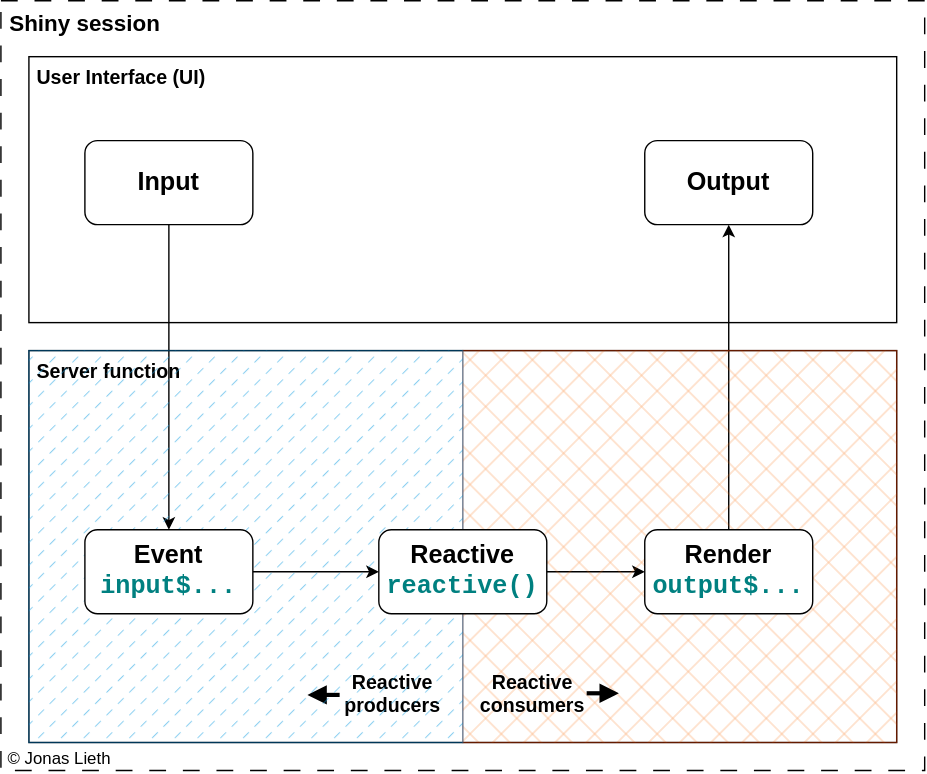
Before: resources/reactivity_workflow_simplified.svg, a diagram exported from draw.io (paulcbauer/shiny_workshop). Source tidied: cells renumbered, new cells last; positions are measured from the earlier drawing's top-left corner, leaving out a move shared by most shapes. Source of this version:
```xml
<mxGraphModel>
  <root>
    <mxCell id="0" />
    <mxCell id="1" parent="0" />
    <mxCell id="2" value="&lt;font style=&quot;font-size: 16px;&quot;&gt;&lt;b&gt;&amp;nbsp;Shiny session&lt;/b&gt;&lt;/font&gt;" style="rounded=0;whiteSpace=wrap;html=1;dashed=1;dashPattern=12 12;verticalAlign=top;align=left;" parent="1" vertex="1">
      <mxGeometry width="660" height="550" as="geometry" />
    </mxCell>
    <mxCell id="3" value="&lt;font style=&quot;font-size: 14px;&quot;&gt;&lt;b&gt;&amp;nbsp;User Interface (UI)&lt;/b&gt;&lt;/font&gt;" style="rounded=0;whiteSpace=wrap;html=1;verticalAlign=top;align=left;" parent="1" vertex="1">
      <mxGeometry x="20" y="40" width="620" height="190" as="geometry" />
    </mxCell>
    <mxCell id="4" value="&lt;font style=&quot;font-size: 14px;&quot;&gt;&lt;b&gt;&amp;nbsp;Server function&lt;/b&gt;&lt;/font&gt;" style="rounded=0;whiteSpace=wrap;html=1;verticalAlign=top;align=left;" parent="1" vertex="1">
      <mxGeometry x="20" y="250" width="620" height="280" as="geometry" />
    </mxCell>
    <mxCell id="5" style="edgeStyle=orthogonalEdgeStyle;rounded=0;jettySize=auto;html=1;exitX=0.5;exitY=1;exitDx=0;exitDy=0;entryX=0.5;entryY=0;entryDx=0;entryDy=0;" parent="1" edge="1" source="6" target="18">
      <mxGeometry relative="1" as="geometry" />
    </mxCell>
    <mxCell id="6" value="&lt;span style=&quot;font-size: 18px;&quot;&gt;&lt;font style=&quot;font-size: 18px;&quot;&gt;Input&lt;/font&gt;&lt;/span&gt;" style="rounded=1;whiteSpace=wrap;html=1;fontSize=18;fontStyle=1;" parent="1" vertex="1">
      <mxGeometry x="60" y="100" width="120" height="60" as="geometry" />
    </mxCell>
    <mxCell id="7" value="&lt;font style=&quot;font-size: 18px;&quot;&gt;Output&lt;/font&gt;" style="rounded=1;whiteSpace=wrap;html=1;fontSize=18;fontStyle=1;" parent="1" vertex="1">
      <mxGeometry x="460" y="100" width="120" height="60" as="geometry" />
    </mxCell>
    <mxCell id="8" style="edgeStyle=orthogonalEdgeStyle;rounded=0;jettySize=auto;html=1;exitX=0.5;exitY=0;exitDx=0;exitDy=0;entryX=0.5;entryY=1;entryDx=0;entryDy=0;" parent="1" edge="1" source="20" target="7">
      <mxGeometry relative="1" as="geometry" />
    </mxCell>
    <mxCell id="9" style="edgeStyle=orthogonalEdgeStyle;rounded=0;jettySize=auto;html=1;exitX=1;exitY=0.5;exitDx=0;exitDy=0;entryX=0;entryY=0.5;entryDx=0;entryDy=0;" parent="1" edge="1" source="19" target="20">
      <mxGeometry relative="1" as="geometry" />
    </mxCell>
    <mxCell id="10" style="edgeStyle=orthogonalEdgeStyle;rounded=0;jettySize=auto;html=1;exitX=1;exitY=0.5;exitDx=0;exitDy=0;entryX=0;entryY=0.5;entryDx=0;entryDy=0;" parent="1" edge="1" source="18" target="19">
      <mxGeometry relative="1" as="geometry" />
    </mxCell>
    <mxCell id="11" value="© Jonas Lieth" style="text;html=1;strokeColor=none;fillColor=none;align=center;verticalAlign=bottom;whiteSpace=wrap;rounded=0;" parent="1" vertex="1">
      <mxGeometry x="2" y="521" width="80" height="30" as="geometry" />
    </mxCell>
    <mxCell id="12" style="rounded=0;whiteSpace=wrap;html=1;fillStyle=cross-hatch;fillColor=#fa6800;strokeColor=#C73500;fontColor=#000000;opacity=50;rotation=-180;" parent="1" vertex="1">
      <mxGeometry x="330" y="250" width="310" height="280" as="geometry" />
    </mxCell>
    <mxCell id="13" value="Reactive producers" style="text;html=1;align=center;verticalAlign=middle;whiteSpace=wrap;rounded=0;fontSize=14;fontStyle=1;" parent="1" vertex="1">
      <mxGeometry x="230" y="470" width="100" height="50" as="geometry" />
    </mxCell>
    <mxCell id="14" value="Reactive consumers" style="text;html=1;align=center;verticalAlign=middle;whiteSpace=wrap;rounded=0;fontSize=14;fontStyle=1;" parent="1" vertex="1">
      <mxGeometry x="330" y="470" width="100" height="50" as="geometry" />
    </mxCell>
    <mxCell id="15" style="endArrow=block;html=1;rounded=0;endFill=1;strokeWidth=3;" parent="1" edge="1">
      <mxGeometry relative="1" as="geometry">
        <mxPoint x="242" y="496" as="sourcePoint" />
        <mxPoint x="219" y="496" as="targetPoint" />
      </mxGeometry>
    </mxCell>
    <mxCell id="16" style="endArrow=block;html=1;rounded=0;endFill=1;strokeWidth=3;" parent="1" edge="1">
      <mxGeometry relative="1" as="geometry">
        <mxPoint x="418.5" y="494.8" as="sourcePoint" />
        <mxPoint x="441.5" y="494.8" as="targetPoint" />
      </mxGeometry>
    </mxCell>
    <mxCell id="17" style="rounded=0;whiteSpace=wrap;html=1;fillStyle=dashed;fillColor=#1ba1e2;strokeColor=#006EAF;fontColor=#ffffff;gradientColor=none;opacity=50;fontStyle=1;" parent="1" vertex="1">
      <mxGeometry x="20" y="250" width="310" height="280" as="geometry" />
    </mxCell>
    <mxCell id="18" value="&lt;font style=&quot;font-size: 18px;&quot;&gt;&lt;span style=&quot;font-size: 18px;&quot;&gt;Event&lt;br&gt;&lt;font face=&quot;Courier New&quot; color=&quot;#008080&quot;&gt;input$...&lt;br&gt;&lt;/font&gt;&lt;/span&gt;&lt;/font&gt;" style="rounded=1;whiteSpace=wrap;html=1;fontSize=18;fontStyle=1;" parent="1" vertex="1">
      <mxGeometry x="60" y="378" width="120" height="60" as="geometry" />
    </mxCell>
    <mxCell id="19" value="Reactive&lt;br&gt;&lt;font face=&quot;Courier New&quot; color=&quot;#008080&quot;&gt;reactive()&lt;br&gt;&lt;/font&gt;" style="rounded=1;whiteSpace=wrap;html=1;fontSize=18;fontStyle=1;" parent="1" vertex="1">
      <mxGeometry x="270" y="378" width="120" height="60" as="geometry" />
    </mxCell>
    <mxCell id="20" value="Render&lt;br&gt;&lt;font face=&quot;Courier New&quot; color=&quot;#008080&quot;&gt;output$...&lt;br&gt;&lt;/font&gt;" style="rounded=1;whiteSpace=wrap;html=1;fontSize=18;fontStyle=1;" parent="1" vertex="1">
      <mxGeometry x="460" y="378" width="120" height="60" as="geometry" />
    </mxCell>
  </root>
</mxGraphModel>
```
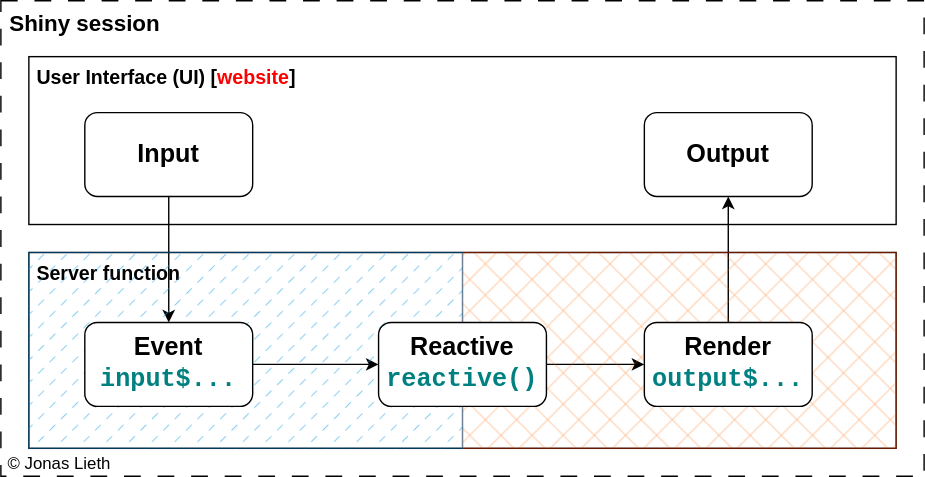
The same diagram one commit later.

What changed in the source:
```diff
@@ -3,13 +3,13 @@
     <mxCell id="0" />
     <mxCell id="1" parent="0" />
     <mxCell id="2" value="&lt;font style=&quot;font-size: 16px;&quot;&gt;&lt;b&gt;&amp;nbsp;Shiny session&lt;/b&gt;&lt;/font&gt;" style="rounded=0;whiteSpace=wrap;html=1;dashed=1;dashPattern=12 12;verticalAlign=top;align=left;" parent="1" vertex="1">
-      <mxGeometry width="660" height="550" as="geometry" />
+      <mxGeometry y="20" width="660" height="340" as="geometry" />
     </mxCell>
-    <mxCell id="3" value="&lt;font style=&quot;font-size: 14px;&quot;&gt;&lt;b&gt;&amp;nbsp;User Interface (UI)&lt;/b&gt;&lt;/font&gt;" style="rounded=0;whiteSpace=wrap;html=1;verticalAlign=top;align=left;" parent="1" vertex="1">
-      <mxGeometry x="20" y="40" width="620" height="190" as="geometry" />
+    <mxCell id="3" value="&lt;font style=&quot;font-size: 14px;&quot;&gt;&lt;b&gt;&amp;nbsp;User Interface (UI) [&lt;font color=&quot;#ff0000&quot;&gt;website&lt;/font&gt;]&lt;/b&gt;&lt;/font&gt;" style="rounded=0;whiteSpace=wrap;html=1;verticalAlign=top;align=left;" parent="1" vertex="1">
+      <mxGeometry x="20" y="60" width="620" height="120" as="geometry" />
     </mxCell>
     <mxCell id="4" value="&lt;font style=&quot;font-size: 14px;&quot;&gt;&lt;b&gt;&amp;nbsp;Server function&lt;/b&gt;&lt;/font&gt;" style="rounded=0;whiteSpace=wrap;html=1;verticalAlign=top;align=left;" parent="1" vertex="1">
-      <mxGeometry x="20" y="250" width="620" height="280" as="geometry" />
+      <mxGeometry x="20" y="200" width="620" height="140" as="geometry" />
     </mxCell>
     <mxCell id="5" style="edgeStyle=orthogonalEdgeStyle;rounded=0;jettySize=auto;html=1;exitX=0.5;exitY=1;exitDx=0;exitDy=0;entryX=0.5;entryY=0;entryDx=0;entryDy=0;" parent="1" edge="1" source="6" target="18">
       <mxGeometry relative="1" as="geometry" />
@@ -30,40 +30,22 @@
       <mxGeometry relative="1" as="geometry" />
     </mxCell>
     <mxCell id="11" value="© Jonas Lieth" style="text;html=1;strokeColor=none;fillColor=none;align=center;verticalAlign=bottom;whiteSpace=wrap;rounded=0;" parent="1" vertex="1">
-      <mxGeometry x="2" y="521" width="80" height="30" as="geometry" />
+      <mxGeometry x="2" y="330" width="80" height="30" as="geometry" />
     </mxCell>
     <mxCell id="12" style="rounded=0;whiteSpace=wrap;html=1;fillStyle=cross-hatch;fillColor=#fa6800;strokeColor=#C73500;fontColor=#000000;opacity=50;rotation=-180;" parent="1" vertex="1">
-      <mxGeometry x="330" y="250" width="310" height="280" as="geometry" />
+      <mxGeometry x="330" y="200" width="310" height="140" as="geometry" />
     </mxCell>
-    <mxCell id="13" value="Reactive producers" style="text;html=1;align=center;verticalAlign=middle;whiteSpace=wrap;rounded=0;fontSize=14;fontStyle=1;" parent="1" vertex="1">
-      <mxGeometry x="230" y="470" width="100" height="50" as="geometry" />
-    </mxCell>
-    <mxCell id="14" value="Reactive consumers" style="text;html=1;align=center;verticalAlign=middle;whiteSpace=wrap;rounded=0;fontSize=14;fontStyle=1;" parent="1" vertex="1">
-      <mxGeometry x="330" y="470" width="100" height="50" as="geometry" />
-    </mxCell>
-    <mxCell id="15" style="endArrow=block;html=1;rounded=0;endFill=1;strokeWidth=3;" parent="1" edge="1">
-      <mxGeometry relative="1" as="geometry">
-        <mxPoint x="242" y="496" as="sourcePoint" />
-        <mxPoint x="219" y="496" as="targetPoint" />
-      </mxGeometry>
-    </mxCell>
-    <mxCell id="16" style="endArrow=block;html=1;rounded=0;endFill=1;strokeWidth=3;" parent="1" edge="1">
-      <mxGeometry relative="1" as="geometry">
-        <mxPoint x="418.5" y="494.8" as="sourcePoint" />
-        <mxPoint x="441.5" y="494.8" as="targetPoint" />
-      </mxGeometry>
-    </mxCell>
     <mxCell id="17" style="rounded=0;whiteSpace=wrap;html=1;fillStyle=dashed;fillColor=#1ba1e2;strokeColor=#006EAF;fontColor=#ffffff;gradientColor=none;opacity=50;fontStyle=1;" parent="1" vertex="1">
-      <mxGeometry x="20" y="250" width="310" height="280" as="geometry" />
+      <mxGeometry x="20" y="200" width="310" height="140" as="geometry" />
     </mxCell>
     <mxCell id="18" value="&lt;font style=&quot;font-size: 18px;&quot;&gt;&lt;span style=&quot;font-size: 18px;&quot;&gt;Event&lt;br&gt;&lt;font face=&quot;Courier New&quot; color=&quot;#008080&quot;&gt;input$...&lt;br&gt;&lt;/font&gt;&lt;/span&gt;&lt;/font&gt;" style="rounded=1;whiteSpace=wrap;html=1;fontSize=18;fontStyle=1;" parent="1" vertex="1">
-      <mxGeometry x="60" y="378" width="120" height="60" as="geometry" />
+      <mxGeometry x="60" y="250" width="120" height="60" as="geometry" />
     </mxCell>
     <mxCell id="19" value="Reactive&lt;br&gt;&lt;font face=&quot;Courier New&quot; color=&quot;#008080&quot;&gt;reactive()&lt;br&gt;&lt;/font&gt;" style="rounded=1;whiteSpace=wrap;html=1;fontSize=18;fontStyle=1;" parent="1" vertex="1">
-      <mxGeometry x="270" y="378" width="120" height="60" as="geometry" />
+      <mxGeometry x="270" y="250" width="120" height="60" as="geometry" />
     </mxCell>
     <mxCell id="20" value="Render&lt;br&gt;&lt;font face=&quot;Courier New&quot; color=&quot;#008080&quot;&gt;output$...&lt;br&gt;&lt;/font&gt;" style="rounded=1;whiteSpace=wrap;html=1;fontSize=18;fontStyle=1;" parent="1" vertex="1">
-      <mxGeometry x="460" y="378" width="120" height="60" as="geometry" />
+      <mxGeometry x="460" y="250" width="120" height="60" as="geometry" />
     </mxCell>
   </root>
 </mxGraphModel>
```
